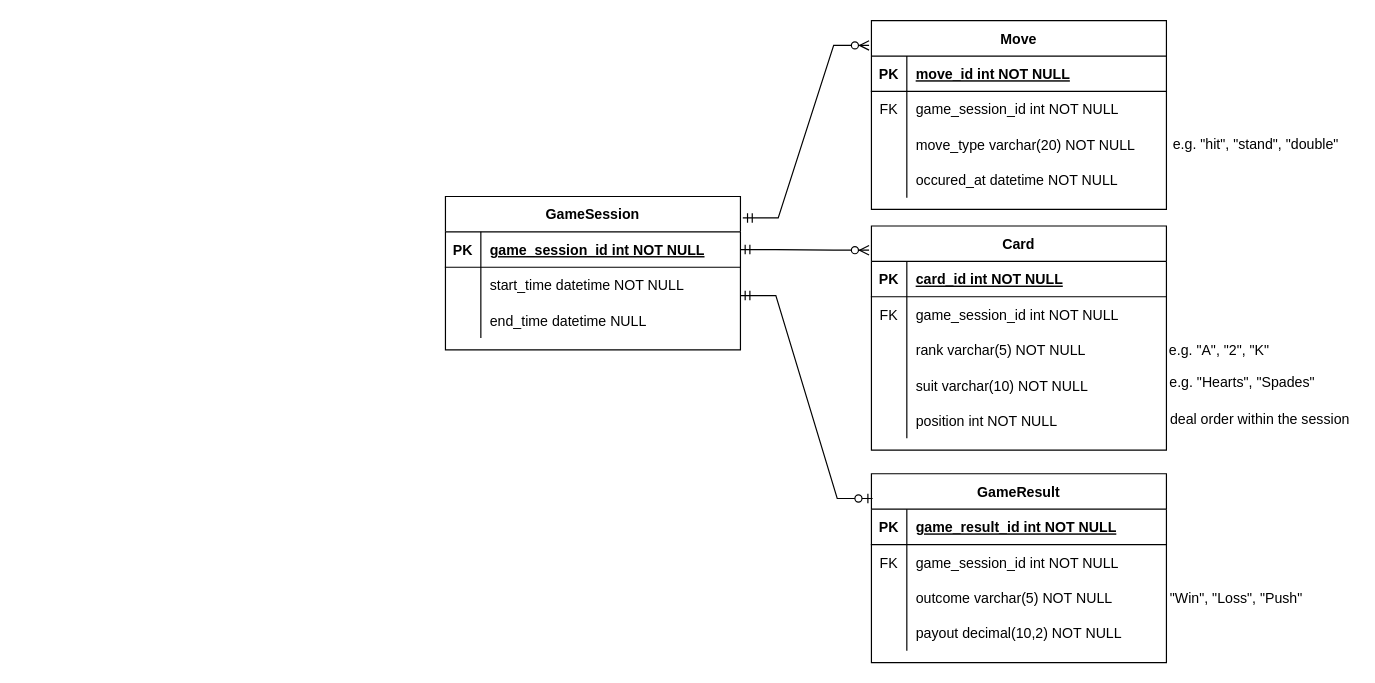
Before: requirements/ER-Diagram/er-diagram.drawio in Lammer-FH/semester-project-2025-twentyone, a draw.io diagram. Source tidied: cells renumbered, new cells numbered last; positions are measured from the earlier drawing's top-left corner, leaving out a move shared by most shapes. Both pictures are drawn from the tidied source at 118%, with x=0, y=0 at pixel (445, 20).
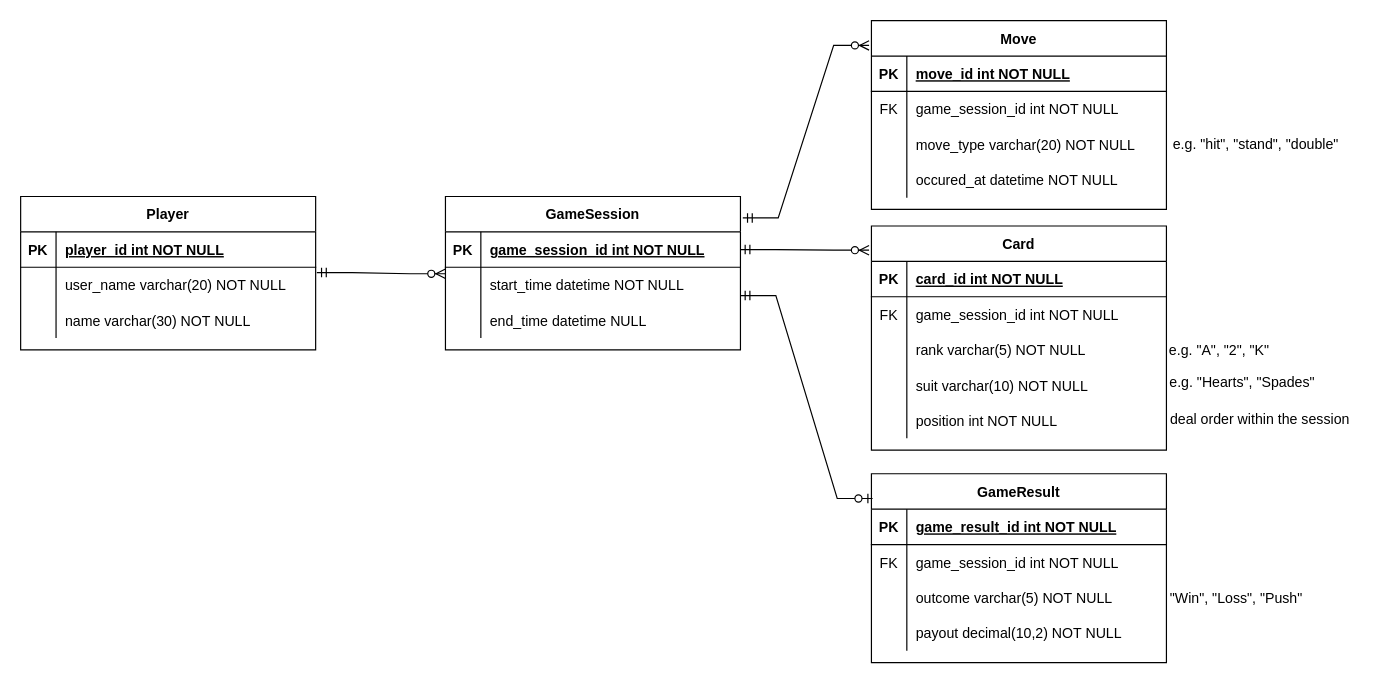
The same diagram, later.

Change to the diagram source:
```diff
@@
+    <mxCell id="62" value="Player" style="shape=table;startSize=30;childLayout=tableLayout;rowLines=0;fontStyle=1;align=center;" parent="1" vertex="1">
+      <mxGeometry x="-360" y="149" width="250" height="130" as="geometry" />
+    </mxCell>
+    <mxCell id="63" style="shape=partialRectangle;fillColor=none;top=0;left=0;right=0;bottom=1;" parent="62" vertex="1">
+      <mxGeometry y="30" width="250" height="30" as="geometry" />
+    </mxCell>
+    <mxCell id="64" value="PK" style="shape=partialRectangle;overflow=hidden;fillColor=none;top=0;left=0;bottom=0;right=0;fontStyle=1;" parent="63" vertex="1">
+      <mxGeometry width="30" height="30" as="geometry" />
+    </mxCell>
+    <mxCell id="65" value="player_id int NOT NULL " style="shape=partialRectangle;overflow=hidden;fillColor=none;top=0;left=0;bottom=0;right=0;align=left;spacingLeft=6;fontStyle=5;" parent="63" vertex="1">
+      <mxGeometry x="30" width="220" height="30" as="geometry" />
+    </mxCell>
+    <mxCell id="66" style="shape=partialRectangle;fillColor=none;top=0;left=0;right=0;bottom=0;" parent="62" vertex="1">
+      <mxGeometry y="60" width="250" height="30" as="geometry" />
+    </mxCell>
+    <mxCell id="67" style="shape=partialRectangle;overflow=hidden;fillColor=none;top=0;left=0;bottom=0;right=0;" parent="66" vertex="1">
+      <mxGeometry width="30" height="30" as="geometry" />
+    </mxCell>
+    <mxCell id="68" value="user_name varchar(20) NOT NULL" style="shape=partialRectangle;overflow=hidden;fillColor=none;top=0;left=0;bottom=0;right=0;align=left;spacingLeft=6;" parent="66" vertex="1">
+      <mxGeometry x="30" width="220" height="30" as="geometry" />
+    </mxCell>
+    <mxCell id="69" style="shape=partialRectangle;fillColor=none;top=0;left=0;right=0;bottom=0;" parent="62" vertex="1">
+      <mxGeometry y="90" width="250" height="30" as="geometry" />
+    </mxCell>
+    <mxCell id="70" style="shape=partialRectangle;overflow=hidden;fillColor=none;top=0;left=0;bottom=0;right=0;" parent="69" vertex="1">
+      <mxGeometry width="30" height="30" as="geometry" />
+    </mxCell>
+    <mxCell id="71" value="name varchar(30) NOT NULL" style="shape=partialRectangle;overflow=hidden;fillColor=none;top=0;left=0;bottom=0;right=0;align=left;spacingLeft=6;" parent="69" vertex="1">
+      <mxGeometry x="30" width="220" height="30" as="geometry" />
+    </mxCell>
+    <mxCell id="72" style="edgeStyle=entityRelationEdgeStyle;fontSize=12;html=1;endArrow=ERzeroToMany;startArrow=ERmandOne;rounded=0;entryX=-0.008;entryY=0.108;entryDx=0;entryDy=0;entryPerimeter=0;exitX=1;exitY=0.5;exitDx=0;exitDy=0;" parent="1" edge="1">
+      <mxGeometry relative="1" as="geometry">
+        <mxPoint x="-109" y="213.5" as="sourcePoint" />
+        <mxPoint y="214.5" as="targetPoint" />
+      </mxGeometry>
+    </mxCell>
```
